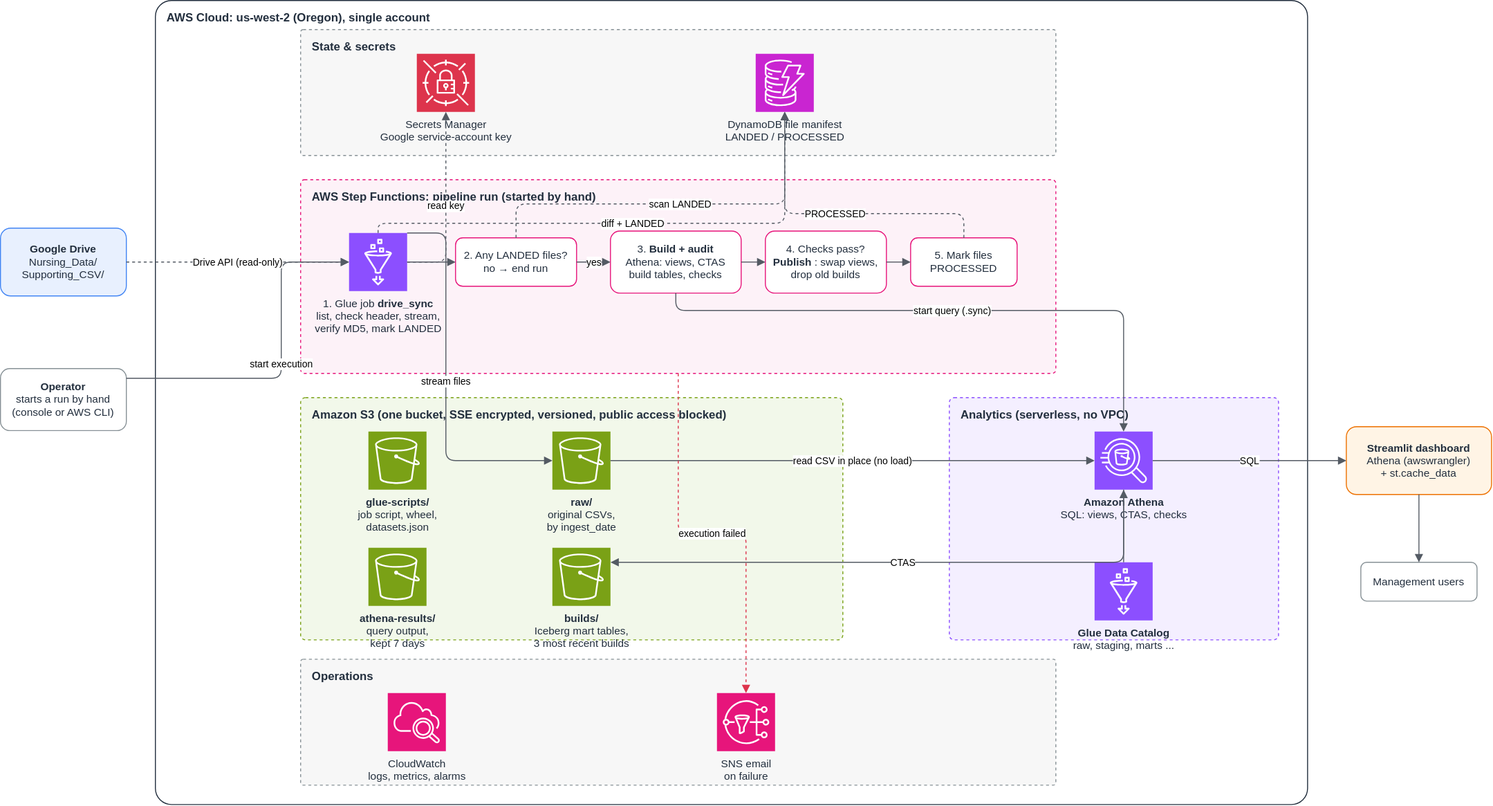
Marinovp/healthcare-staffing-lakehouse keeps this draw.io diagram as docs/architecture.drawio.svg. Above is the earlier version. Source tidied: cells renumbered, new cells last; positions are measured from the earlier drawing's top-left corner, leaving out a move shared by most shapes.
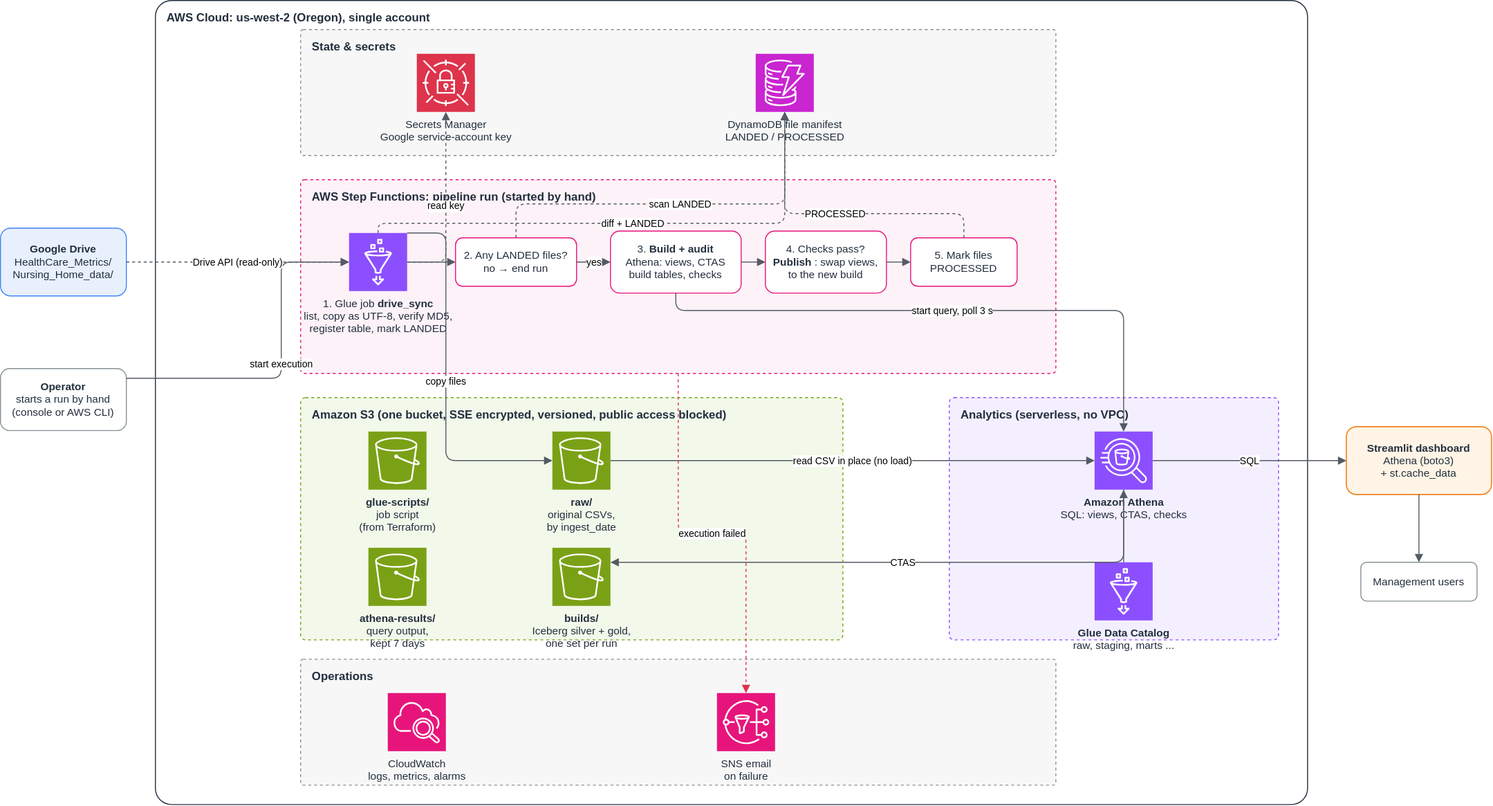
Above is the later version.

Change to the diagram source:
```diff
@@ -23,7 +23,7 @@
     <mxCell id="8" value="&lt;b&gt;Google Drive&lt;/b&gt;&lt;br&gt;HealthCare_Metrics/&lt;br&gt;PBJ + Nursing_Home_data/" style="rounded=1;html=1;whiteSpace=wrap;fillColor=#E8F0FE;strokeColor=#4285F4;fontSize=11;fontColor=#232F3E;" parent="1" vertex="1">
       <mxGeometry y="235" width="130" height="70" as="geometry" />
     </mxCell>
-    <mxCell id="9" value="&lt;b&gt;Streamlit dashboard&lt;/b&gt;&lt;br&gt;Athena (awswrangler)&lt;br&gt;+ st.cache_data" style="rounded=1;html=1;whiteSpace=wrap;fillColor=#FFF4E5;strokeColor=#ED7100;fontSize=11;fontColor=#232F3E;" parent="1" vertex="1">
+    <mxCell id="9" value="&lt;b&gt;Streamlit dashboard&lt;/b&gt;&lt;br&gt;Athena (boto3)&lt;br&gt;+ st.cache_data" style="rounded=1;html=1;whiteSpace=wrap;fillColor=#FFF4E5;strokeColor=#ED7100;fontSize=11;fontColor=#232F3E;" parent="1" vertex="1">
       <mxGeometry x="1390" y="440" width="150" height="70" as="geometry" />
     </mxCell>
     <mxCell id="10" value="Management users" style="rounded=1;html=1;whiteSpace=wrap;fillColor=#FFFFFF;strokeColor=#879196;fontSize=11;fontColor=#232F3E;" parent="1" vertex="1">
@@ -38,7 +38,7 @@
     <mxCell id="13" value="&lt;b&gt;Operator&lt;/b&gt;&lt;br&gt;starts a run by hand&lt;br&gt;(console or AWS CLI)" style="rounded=1;html=1;whiteSpace=wrap;fillColor=#FFFFFF;strokeColor=#879196;fontSize=11;fontColor=#232F3E;" parent="1" vertex="1">
       <mxGeometry y="380" width="130" height="64" as="geometry" />
     </mxCell>
-    <mxCell id="14" value="1. Glue job &lt;b&gt;drive_sync&lt;/b&gt;&lt;br&gt;list, detect encoding, stream&lt;br&gt;as UTF-8, verify MD5, LANDED" style="sketch=0;outlineConnect=0;fontColor=#232F3E;fillColor=#8C4FFF;strokeColor=#ffffff;dashed=0;verticalLabelPosition=bottom;verticalAlign=top;align=center;html=1;fontSize=11;fontStyle=0;shape=mxgraph.aws4.resourceIcon;resIcon=mxgraph.aws4.glue;" parent="1" vertex="1">
+    <mxCell id="14" value="1. Glue job &lt;b&gt;drive_sync&lt;/b&gt;&lt;br&gt;list, copy as UTF-8, verify MD5,&lt;br&gt;register table, mark LANDED" style="sketch=0;outlineConnect=0;fontColor=#232F3E;fillColor=#8C4FFF;strokeColor=#ffffff;dashed=0;verticalLabelPosition=bottom;verticalAlign=top;align=center;html=1;fontSize=11;fontStyle=0;shape=mxgraph.aws4.resourceIcon;resIcon=mxgraph.aws4.glue;" parent="1" vertex="1">
       <mxGeometry x="360" y="240" width="60" height="60" as="geometry" />
     </mxCell>
     <mxCell id="15" value="2. Any LANDED files?&lt;br&gt;no → end run" style="rounded=1;html=1;whiteSpace=wrap;fillColor=#FFFFFF;strokeColor=#E7157B;fontSize=11;fontColor=#232F3E;" parent="1" vertex="1">
@@ -53,7 +53,7 @@
     <mxCell id="18" value="5. Mark files&lt;br&gt;PROCESSED" style="rounded=1;html=1;whiteSpace=wrap;fillColor=#FFFFFF;strokeColor=#E7157B;fontSize=11;fontColor=#232F3E;" parent="1" vertex="1">
       <mxGeometry x="940" y="245" width="110" height="50" as="geometry" />
     </mxCell>
-    <mxCell id="19" value="&lt;b&gt;glue-scripts/&lt;/b&gt;&lt;br&gt;job script,&lt;br&gt;Google client wheel" style="sketch=0;fontColor=#232F3E;fillColor=#7AA116;strokeColor=#ffffff;dashed=0;verticalLabelPosition=bottom;verticalAlign=top;align=center;html=1;fontSize=11;fontStyle=0;shape=mxgraph.aws4.resourceIcon;resIcon=mxgraph.aws4.s3;" parent="1" vertex="1">
+    <mxCell id="19" value="&lt;b&gt;glue-scripts/&lt;/b&gt;&lt;br&gt;job script,&lt;br&gt;from Terraform" style="sketch=0;fontColor=#232F3E;fillColor=#7AA116;strokeColor=#ffffff;dashed=0;verticalLabelPosition=bottom;verticalAlign=top;align=center;html=1;fontSize=11;fontStyle=0;shape=mxgraph.aws4.resourceIcon;resIcon=mxgraph.aws4.s3;" parent="1" vertex="1">
       <mxGeometry x="380" y="445" width="60" height="60" as="geometry" />
     </mxCell>
     <mxCell id="20" value="&lt;b&gt;athena-results/&lt;/b&gt;&lt;br&gt;query output,&lt;br&gt;kept 7 days" style="sketch=0;fontColor=#232F3E;fillColor=#7AA116;strokeColor=#ffffff;dashed=0;verticalLabelPosition=bottom;verticalAlign=top;align=center;html=1;fontSize=11;fontStyle=0;shape=mxgraph.aws4.resourceIcon;resIcon=mxgraph.aws4.s3;" parent="1" vertex="1">
@@ -62,7 +62,7 @@
     <mxCell id="21" value="&lt;b&gt;raw/&lt;/b&gt;  BRONZE&lt;br&gt;original CSVs,&lt;br&gt;by ingest_date" style="sketch=0;outlineConnect=0;fontColor=#232F3E;fillColor=#7AA116;strokeColor=#ffffff;dashed=0;verticalLabelPosition=bottom;verticalAlign=top;align=center;html=1;fontSize=11;fontStyle=0;shape=mxgraph.aws4.resourceIcon;resIcon=mxgraph.aws4.s3;" parent="1" vertex="1">
       <mxGeometry x="570" y="445" width="60" height="60" as="geometry" />
     </mxCell>
-    <mxCell id="22" value="&lt;b&gt;builds/&lt;/b&gt;  SILVER + GOLD&lt;br&gt;Iceberg tables,&lt;br&gt;3 most recent builds" style="sketch=0;outlineConnect=0;fontColor=#232F3E;fillColor=#7AA116;strokeColor=#ffffff;dashed=0;verticalLabelPosition=bottom;verticalAlign=top;align=center;html=1;fontSize=11;fontStyle=0;shape=mxgraph.aws4.resourceIcon;resIcon=mxgraph.aws4.s3;" parent="1" vertex="1">
+    <mxCell id="22" value="&lt;b&gt;builds/&lt;/b&gt;  SILVER + GOLD&lt;br&gt;Iceberg tables,&lt;br&gt;one set per run" style="sketch=0;outlineConnect=0;fontColor=#232F3E;fillColor=#7AA116;strokeColor=#ffffff;dashed=0;verticalLabelPosition=bottom;verticalAlign=top;align=center;html=1;fontSize=11;fontStyle=0;shape=mxgraph.aws4.resourceIcon;resIcon=mxgraph.aws4.s3;" parent="1" vertex="1">
       <mxGeometry x="570" y="565" width="60" height="60" as="geometry" />
     </mxCell>
     <mxCell id="23" value="&lt;b&gt;Amazon Athena&lt;/b&gt;&lt;br&gt;SQL: views, CTAS, checks" style="sketch=0;outlineConnect=0;fontColor=#232F3E;fillColor=#8C4FFF;strokeColor=#ffffff;dashed=0;verticalLabelPosition=bottom;verticalAlign=top;align=center;html=1;fontSize=11;fontStyle=0;shape=mxgraph.aws4.resourceIcon;resIcon=mxgraph.aws4.athena;" parent="1" vertex="1">
@@ -100,7 +100,7 @@
     <mxCell id="32" style="edgeStyle=orthogonalEdgeStyle;rounded=1;html=1;endArrow=block;endFill=1;strokeColor=#545B64;fontSize=10;labelBackgroundColor=#ffffff;" parent="1" edge="1" source="17" target="18">
       <mxGeometry relative="1" as="geometry" />
     </mxCell>
-    <mxCell id="33" value="stream files" style="edgeStyle=orthogonalEdgeStyle;rounded=1;html=1;endArrow=block;endFill=1;strokeColor=#545B64;fontSize=10;labelBackgroundColor=#ffffff;" parent="1" edge="1" source="14" target="21">
+    <mxCell id="33" value="copy files" style="edgeStyle=orthogonalEdgeStyle;rounded=1;html=1;endArrow=block;endFill=1;strokeColor=#545B64;fontSize=10;labelBackgroundColor=#ffffff;" parent="1" edge="1" source="14" target="21">
       <mxGeometry relative="1" as="geometry">
         <Array as="points">
           <mxPoint x="460" y="240" />
@@ -111,7 +111,7 @@
     <mxCell id="34" value="read CSV in place (no load)" style="edgeStyle=orthogonalEdgeStyle;rounded=1;html=1;endArrow=block;endFill=1;strokeColor=#545B64;fontSize=10;labelBackgroundColor=#ffffff;" parent="1" edge="1" source="21" target="23">
       <mxGeometry relative="1" as="geometry" />
     </mxCell>
-    <mxCell id="35" value="start query (.sync)" style="edgeStyle=orthogonalEdgeStyle;rounded=1;html=1;endArrow=block;endFill=1;strokeColor=#545B64;fontSize=10;labelBackgroundColor=#ffffff;" parent="1" edge="1" source="16" target="23">
+    <mxCell id="35" value="start query, poll 3 s" style="edgeStyle=orthogonalEdgeStyle;rounded=1;html=1;endArrow=block;endFill=1;strokeColor=#545B64;fontSize=10;labelBackgroundColor=#ffffff;" parent="1" edge="1" source="16" target="23">
       <mxGeometry relative="1" as="geometry">
         <Array as="points">
           <mxPoint x="697.5" y="320" />
```
